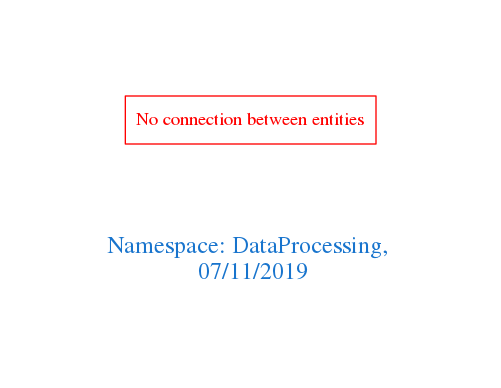
This is downloads/DataProcessing.png from arago/OGIT, a Graphviz export, as it was before one commit. Its source is kept beside it as downloads/DataProcessing.dot.
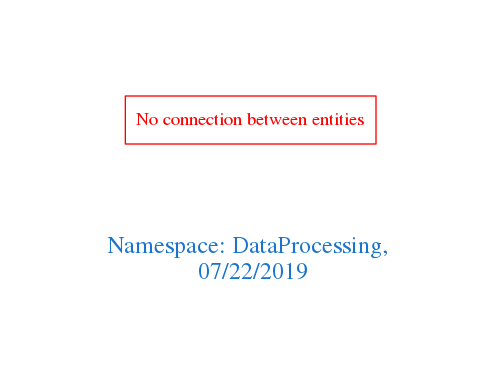
After the change.

What changed in the source:
```diff
@@ -1,7 +1,7 @@
 digraph OGIT_ontology {
  graph [ rankdir= LR,pad=1
 fontsize = 18,
-fontcolor= dodgerblue3,label = "\n\n\nNamespace: DataProcessing, \n 07/11/2019"];
+fontcolor= dodgerblue3,label = "\n\n\nNamespace: DataProcessing, \n 07/22/2019"];
 node[shape=polygon];
 edge [  color="gray81"];
 
```
